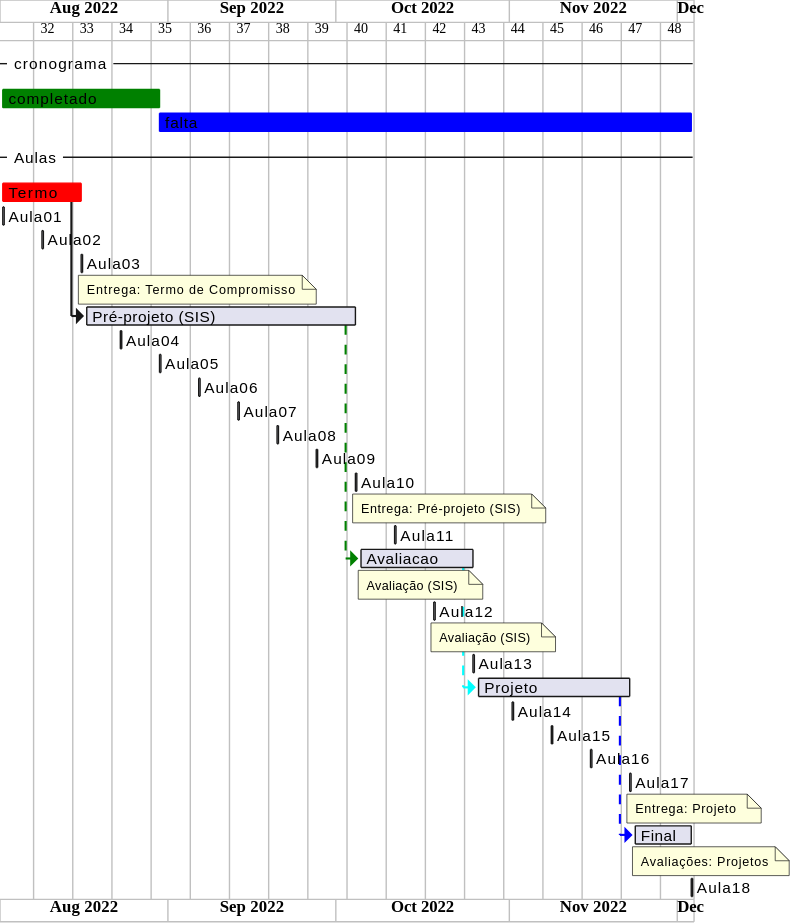
Before: svg/cronograma_SIS.svg, a diagram exported from PlantUML (dalton-reis/disciplina_TCC1_Privado).
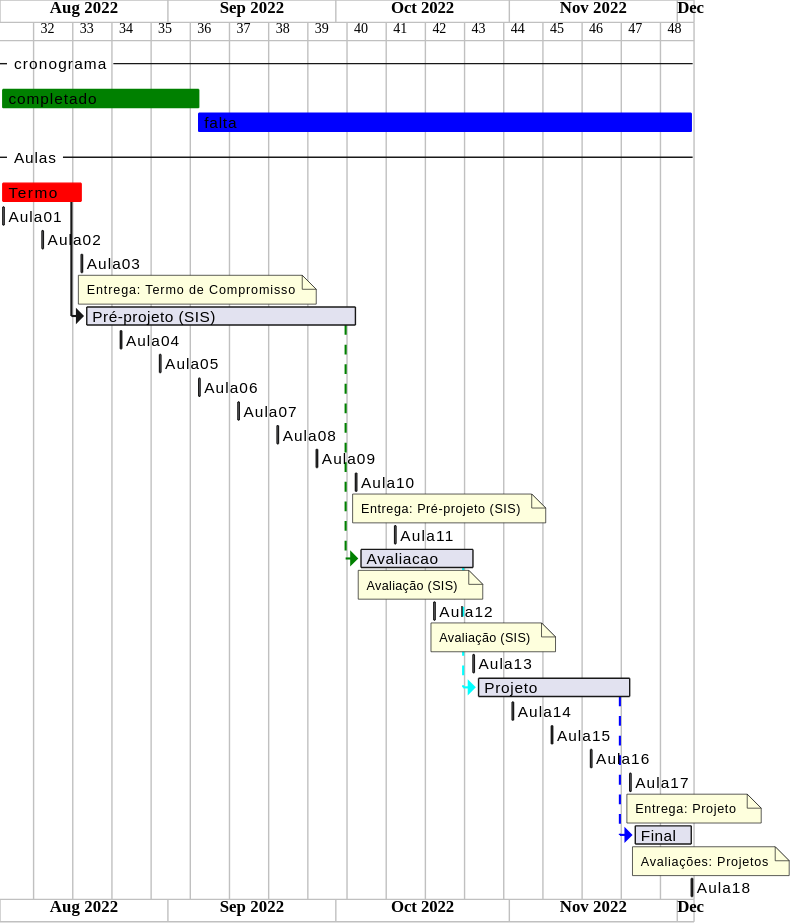
After the commit.

The edit, as a diff of the source:
```diff
@@ -22,7 +22,7 @@
 !$Aula18 = "2022-11-29"
 !$Aula18 = $dataFim
 
-!$dataAtual  = $Aula05
+!$dataAtual  = $Aula06
 
 ganttscale weekly
 
```
